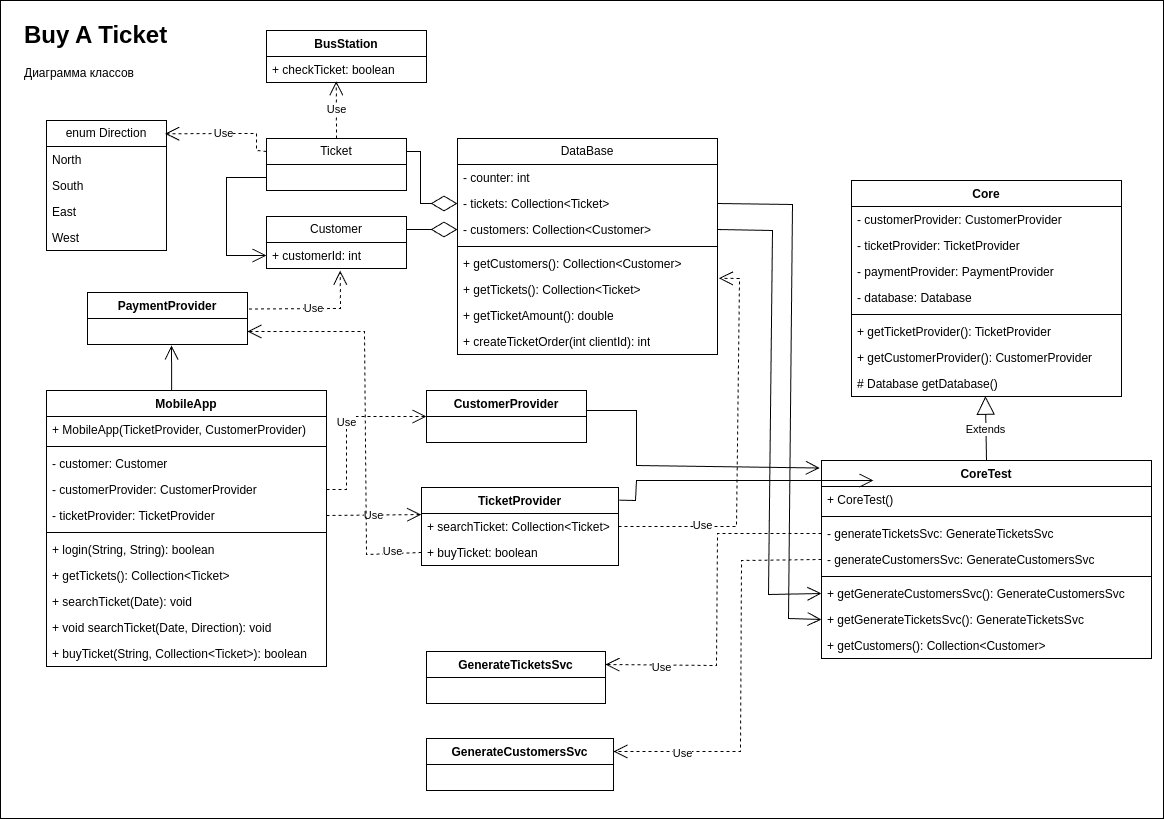
Earlier version of the draw.io export Homework04/Diagrams/Buy_a_ticket_class_diagram.png (BeliaevAndrey/GB_Architecture_Homeworks). Source tidied: cells renumbered, new cells last; positions are measured from the earlier drawing's top-left corner, leaving out a move shared by most shapes.
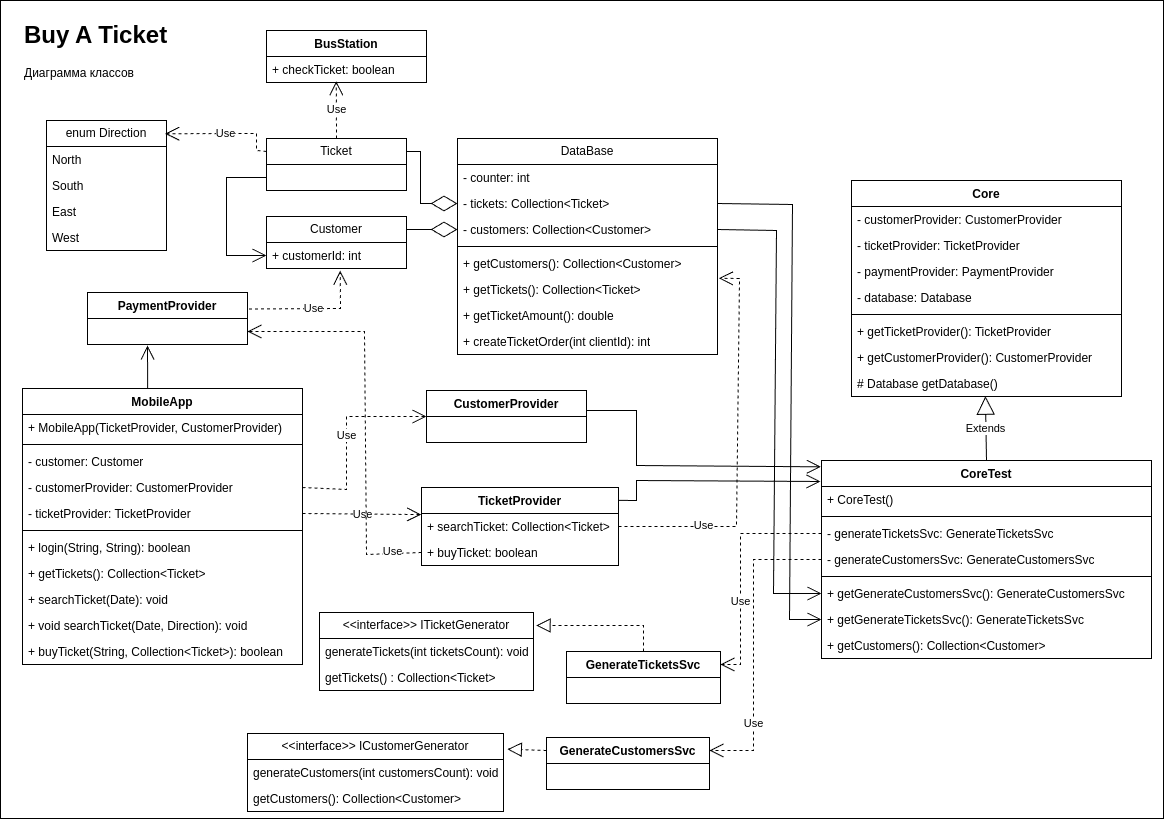
The same file after the commit.

Commit message:
Homework 04: Diagram updated.

What changed in the source:
```diff
@@ -110,7 +110,7 @@
       </mxGeometry>
     </mxCell>
     <mxCell id="36" value="MobileApp" style="swimlane;fontStyle=1;align=center;verticalAlign=top;horizontal=1;startSize=26;whiteSpace=wrap;html=1;" parent="1" vertex="1">
-      <mxGeometry x="46" y="390" width="280" height="276" as="geometry" />
+      <mxGeometry x="22" y="388" width="280" height="276" as="geometry" />
     </mxCell>
     <mxCell id="37" value="+ MobileApp(TicketProvider, CustomerProvider)" style="text;strokeColor=none;fillColor=none;align=left;verticalAlign=top;spacingLeft=4;spacingRight=4;overflow=hidden;whiteSpace=wrap;html=1;" parent="36" vertex="1">
       <mxGeometry y="26" width="280" height="26" as="geometry" />
@@ -202,16 +202,15 @@
     <mxCell id="61" value="Use" style="endArrow=open;endSize=12;dashed=1;html=1;rounded=0;exitX=1;exitY=0.5;exitDx=0;exitDy=0;entryX=-0.002;entryY=0.041;entryDx=0;entryDy=0;entryPerimeter=0;" parent="1" edge="1" source="41" target="56">
       <mxGeometry relative="1" as="geometry" />
     </mxCell>
-    <mxCell id="62" style="endArrow=open;endFill=1;endSize=12;html=1;rounded=0;exitX=1.004;exitY=0.162;exitDx=0;exitDy=0;exitPerimeter=0;" parent="1" edge="1" source="55">
+    <mxCell id="62" style="endArrow=open;endFill=1;endSize=12;html=1;rounded=0;exitX=1.001;exitY=0.165;exitDx=0;exitDy=0;exitPerimeter=0;entryX=-0.003;entryY=0.106;entryDx=0;entryDy=0;entryPerimeter=0;" parent="1" edge="1" source="55" target="12">
       <mxGeometry relative="1" as="geometry">
-        <mxPoint x="873" y="480" as="targetPoint" />
         <Array as="points">
-          <mxPoint x="635" y="500" />
+          <mxPoint x="636" y="500" />
           <mxPoint x="636" y="480" />
         </Array>
       </mxGeometry>
     </mxCell>
-    <mxCell id="63" style="endArrow=open;endFill=1;endSize=12;html=1;rounded=0;exitX=1;exitY=0.25;exitDx=0;exitDy=0;entryX=-0.005;entryY=0.038;entryDx=0;entryDy=0;entryPerimeter=0;" parent="1" edge="1" target="12">
+    <mxCell id="63" style="endArrow=open;endFill=1;endSize=12;html=1;rounded=0;exitX=1;exitY=0.25;exitDx=0;exitDy=0;entryX=-0.002;entryY=0.032;entryDx=0;entryDy=0;entryPerimeter=0;" parent="1" edge="1" target="12">
       <mxGeometry relative="1" as="geometry">
         <mxPoint x="586" y="410" as="sourcePoint" />
         <Array as="points">
@@ -224,15 +223,15 @@
       <mxGeometry relative="1" as="geometry">
         <Array as="points">
           <mxPoint x="792" y="204" />
-          <mxPoint x="788" y="618" />
+          <mxPoint x="789" y="619" />
         </Array>
       </mxGeometry>
     </mxCell>
     <mxCell id="65" style="endArrow=open;endFill=1;endSize=12;html=1;rounded=0;exitX=1;exitY=0.5;exitDx=0;exitDy=0;entryX=0;entryY=0.5;entryDx=0;entryDy=0;" parent="1" edge="1" source="28" target="18">
       <mxGeometry relative="1" as="geometry">
         <Array as="points">
-          <mxPoint x="772" y="230" />
-          <mxPoint x="768" y="594" />
+          <mxPoint x="776" y="230" />
+          <mxPoint x="773" y="593" />
         </Array>
       </mxGeometry>
     </mxCell>
@@ -245,7 +244,7 @@
     </mxCell>
     <mxCell id="67" style="endArrow=open;endFill=1;endSize=12;html=1;rounded=0;exitX=0.447;exitY=0;exitDx=0;exitDy=0;exitPerimeter=0;" parent="1" edge="1" source="36">
       <mxGeometry relative="1" as="geometry">
-        <mxPoint x="171" y="345" as="targetPoint" />
+        <mxPoint x="147" y="345" as="targetPoint" />
       </mxGeometry>
     </mxCell>
     <mxCell id="68" value="Use" style="endArrow=open;endSize=12;dashed=1;html=1;rounded=0;exitX=1;exitY=0.5;exitDx=0;exitDy=0;entryX=1.005;entryY=0.067;entryDx=0;entryDy=0;entryPerimeter=0;" parent="1" edge="1" source="56" target="31">
@@ -265,24 +264,24 @@
       </mxGeometry>
     </mxCell>
     <mxCell id="70" value="GenerateCustomersSvc" style="swimlane;fontStyle=1;align=center;verticalAlign=top;horizontal=1;startSize=26;whiteSpace=wrap;html=1;" parent="1" vertex="1">
-      <mxGeometry x="426" y="738" width="187" height="52" as="geometry" />
+      <mxGeometry x="546" y="737" width="163" height="52" as="geometry" />
     </mxCell>
     <mxCell id="71" value="GenerateTicketsSvc" style="swimlane;fontStyle=1;align=center;verticalAlign=top;horizontal=1;startSize=26;whiteSpace=wrap;html=1;" parent="1" vertex="1">
-      <mxGeometry x="426" y="651" width="179" height="52" as="geometry" />
+      <mxGeometry x="566" y="651" width="154" height="52" as="geometry" />
     </mxCell>
     <mxCell id="72" value="Use" style="endArrow=open;endSize=12;dashed=1;html=1;rounded=0;exitX=0;exitY=0.5;exitDx=0;exitDy=0;entryX=1;entryY=0.25;entryDx=0;entryDy=0;" parent="1" edge="1" source="15" target="71">
-      <mxGeometry x="0.67" y="2" relative="1" as="geometry">
+      <mxGeometry x="0.28" relative="1" as="geometry">
         <Array as="points">
-          <mxPoint x="717" y="533" />
-          <mxPoint x="716" y="665" />
+          <mxPoint x="740" y="533" />
+          <mxPoint x="740" y="664" />
         </Array>
       </mxGeometry>
     </mxCell>
     <mxCell id="73" value="Use" style="endArrow=open;endSize=12;dashed=1;html=1;rounded=0;exitX=0;exitY=0.5;exitDx=0;exitDy=0;entryX=1;entryY=0.25;entryDx=0;entryDy=0;" parent="1" edge="1" source="16" target="70">
-      <mxGeometry x="0.66" y="2" relative="1" as="geometry">
+      <mxGeometry x="0.53" relative="1" as="geometry">
         <Array as="points">
-          <mxPoint x="741" y="560" />
-          <mxPoint x="740" y="751" />
+          <mxPoint x="753" y="559" />
+          <mxPoint x="753" y="750" />
         </Array>
       </mxGeometry>
     </mxCell>
@@ -298,5 +297,33 @@
     <mxCell id="77" value="&lt;h1 style=&quot;margin-top: 0px;&quot;&gt;Buy A Ticket&lt;/h1&gt;&lt;p&gt;Диаграмма классов&lt;/p&gt;" style="text;html=1;whiteSpace=wrap;overflow=hidden;rounded=0;" parent="1" vertex="1">
       <mxGeometry x="22" y="14" width="180" height="80" as="geometry" />
     </mxCell>
+    <mxCell id="78" value="&amp;lt;&amp;lt;interface&amp;gt;&amp;gt; ICustomerGenerator" style="swimlane;fontStyle=0;horizontal=1;startSize=26;fillColor=none;whiteSpace=wrap;html=1;" parent="1" vertex="1">
+      <mxGeometry x="247" y="733" width="256" height="78" as="geometry" />
+    </mxCell>
+    <mxCell id="79" value="generateCustomers(int customersCount): void" style="text;strokeColor=none;fillColor=none;align=left;verticalAlign=top;spacingLeft=4;spacingRight=4;overflow=hidden;whiteSpace=wrap;html=1;" parent="78" vertex="1">
+      <mxGeometry y="26" width="256" height="26" as="geometry" />
+    </mxCell>
+    <mxCell id="80" value="getCustomers(): Collection&amp;lt;Customer&amp;gt;" style="text;strokeColor=none;fillColor=none;align=left;verticalAlign=top;spacingLeft=4;spacingRight=4;overflow=hidden;whiteSpace=wrap;html=1;" parent="78" vertex="1">
+      <mxGeometry y="52" width="256" height="26" as="geometry" />
+    </mxCell>
+    <mxCell id="81" value="&amp;lt;&amp;lt;interface&amp;gt;&amp;gt; ITicketGenerator" style="swimlane;fontStyle=0;horizontal=1;startSize=26;fillColor=none;whiteSpace=wrap;html=1;" parent="1" vertex="1">
+      <mxGeometry x="319" y="612" width="214" height="78" as="geometry" />
+    </mxCell>
+    <mxCell id="82" value="generateTickets(int ticketsCount): void" style="text;strokeColor=none;fillColor=none;align=left;verticalAlign=top;spacingLeft=4;spacingRight=4;overflow=hidden;whiteSpace=wrap;html=1;" parent="81" vertex="1">
+      <mxGeometry y="26" width="214" height="26" as="geometry" />
+    </mxCell>
+    <mxCell id="83" value="getTickets() : Collection&amp;lt;Ticket&amp;gt;" style="text;strokeColor=none;fillColor=none;align=left;verticalAlign=top;spacingLeft=4;spacingRight=4;overflow=hidden;whiteSpace=wrap;html=1;" parent="81" vertex="1">
+      <mxGeometry y="52" width="214" height="26" as="geometry" />
+    </mxCell>
+    <mxCell id="84" style="endArrow=block;dashed=1;endFill=0;endSize=12;html=1;rounded=0;exitX=0;exitY=0.25;exitDx=0;exitDy=0;entryX=1.015;entryY=0.201;entryDx=0;entryDy=0;entryPerimeter=0;" parent="1" edge="1" source="70" target="78">
+      <mxGeometry relative="1" as="geometry" />
+    </mxCell>
+    <mxCell id="85" style="endArrow=block;dashed=1;endFill=0;endSize=12;html=1;rounded=0;exitX=0.5;exitY=0;exitDx=0;exitDy=0;entryX=1.012;entryY=0.166;entryDx=0;entryDy=0;entryPerimeter=0;" parent="1" edge="1" source="71" target="81">
+      <mxGeometry relative="1" as="geometry">
+        <Array as="points">
+          <mxPoint x="643" y="625" />
+        </Array>
+      </mxGeometry>
+    </mxCell>
   </root>
 </mxGraphModel>
```
